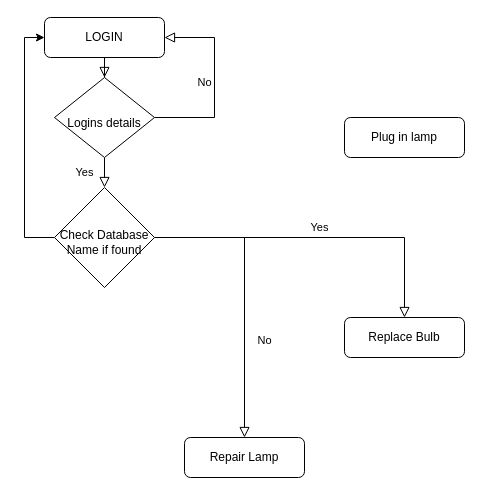
Before: Untitled Diagram.drawio in jonie20/index, a draw.io diagram. Source tidied: cells renumbered, new cells numbered last; positions are measured from the earlier drawing's top-left corner, leaving out a move shared by most shapes. Both pictures are drawn from the tidied source at 100%, with x=0, y=0 at pixel (24, 17).
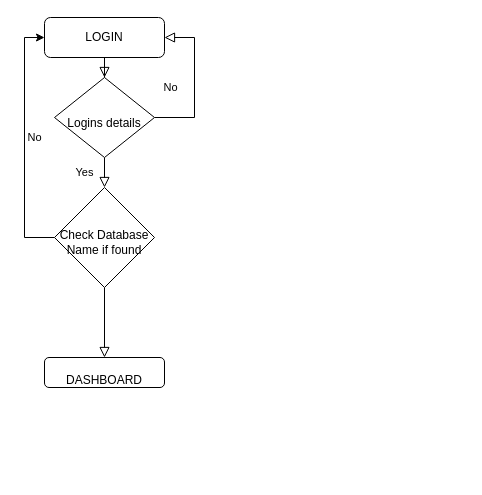
The same diagram, later.

The edit, as a diff of the source:
```diff
@@
 <mxGraphModel>
   <root>
     <mxCell id="0" />
     <mxCell id="1" parent="0" />
     <mxCell id="2" style="rounded=0;html=1;jettySize=auto;fontSize=11;endArrow=block;endFill=0;endSize=8;strokeWidth=1;shadow=0;labelBackgroundColor=none;edgeStyle=orthogonalEdgeStyle;" parent="1" edge="1" source="3" target="6">
       <mxGeometry relative="1" as="geometry" />
     </mxCell>
     <mxCell id="3" value="LOGIN" style="rounded=1;whiteSpace=wrap;html=1;fontSize=12;glass=0;strokeWidth=1;shadow=0;" parent="1" vertex="1">
       <mxGeometry x="20" width="120" height="40" as="geometry" />
     </mxCell>
     <mxCell id="4" value="Yes" style="rounded=0;html=1;jettySize=auto;fontSize=11;endArrow=block;endFill=0;endSize=8;strokeWidth=1;shadow=0;labelBackgroundColor=none;edgeStyle=orthogonalEdgeStyle;" parent="1" edge="1" source="6" target="11">
       <mxGeometry y="20" relative="1" as="geometry" />
     </mxCell>
     <mxCell id="5" value="No" style="edgeStyle=orthogonalEdgeStyle;rounded=0;html=1;jettySize=auto;fontSize=11;endArrow=block;endFill=0;endSize=8;strokeWidth=1;shadow=0;labelBackgroundColor=none;entryX=1;entryY=0.5;entryDx=0;entryDy=0;" parent="1" edge="1" source="6" target="3">
-      <mxGeometry y="10" relative="1" as="geometry">
+      <mxGeometry x="-0.79" y="30" relative="1" as="geometry">
         <Array as="points">
-          <mxPoint x="190" y="100" />
-          <mxPoint x="190" y="20" />
+          <mxPoint x="170" y="100" />
+          <mxPoint x="170" y="20" />
         </Array>
       </mxGeometry>
     </mxCell>
     <mxCell id="6" value="&lt;br&gt;Logins details" style="rhombus;whiteSpace=wrap;html=1;shadow=0;fontFamily=Helvetica;fontSize=12;align=center;strokeWidth=1;spacing=6;spacingTop=-4;" parent="1" vertex="1">
       <mxGeometry x="30" y="60" width="100" height="80" as="geometry" />
     </mxCell>
-    <mxCell id="7" value="Plug in lamp" style="rounded=1;whiteSpace=wrap;html=1;fontSize=12;glass=0;strokeWidth=1;shadow=0;" parent="1" vertex="1">
-      <mxGeometry x="320" y="100" width="120" height="40" as="geometry" />
-    </mxCell>
-    <mxCell id="8" value="No" style="rounded=0;html=1;jettySize=auto;fontSize=11;endArrow=block;endFill=0;endSize=8;strokeWidth=1;shadow=0;labelBackgroundColor=none;edgeStyle=orthogonalEdgeStyle;" parent="1" edge="1" source="11" target="12">
-      <mxGeometry x="0.33" y="20" relative="1" as="geometry" />
+    <mxCell id="8" value="No" style="rounded=0;html=1;jettySize=auto;fontSize=11;endArrow=block;endFill=0;endSize=8;strokeWidth=1;shadow=0;labelBackgroundColor=none;edgeStyle=orthogonalEdgeStyle;entryX=0.5;entryY=0;entryDx=0;entryDy=0;" parent="1" edge="1" source="11" target="12">
+      <mxGeometry x="-1" y="-166" relative="1" as="geometry">
+        <Array as="points">
+          <mxPoint x="80" y="340" />
+          <mxPoint x="80" y="340" />
+        </Array>
+        <mxPoint x="96" y="-150" as="offset" />
+      </mxGeometry>
     </mxCell>
-    <mxCell id="9" value="Yes" style="edgeStyle=orthogonalEdgeStyle;rounded=0;html=1;jettySize=auto;fontSize=11;endArrow=block;endFill=0;endSize=8;strokeWidth=1;shadow=0;labelBackgroundColor=none;" parent="1" edge="1" source="11" target="13">
-      <mxGeometry y="10" relative="1" as="geometry" />
-    </mxCell>
     <mxCell id="10" style="edgeStyle=orthogonalEdgeStyle;rounded=0;jettySize=auto;html=1;entryX=0;entryY=0.5;entryDx=0;entryDy=0;" parent="1" edge="1" source="11" target="3">
       <mxGeometry relative="1" as="geometry">
         <Array as="points">
           <mxPoint y="220" />
           <mxPoint y="20" />
         </Array>
       </mxGeometry>
     </mxCell>
     <mxCell id="11" value="&lt;br&gt;Check Database Name if found" style="rhombus;whiteSpace=wrap;html=1;shadow=0;fontFamily=Helvetica;fontSize=12;align=center;strokeWidth=1;spacing=6;spacingTop=-4;" parent="1" vertex="1">
       <mxGeometry x="30" y="170" width="100" height="100" as="geometry" />
     </mxCell>
-    <mxCell id="12" value="Repair Lamp" style="rounded=1;whiteSpace=wrap;html=1;fontSize=12;glass=0;strokeWidth=1;shadow=0;" parent="1" vertex="1">
-      <mxGeometry x="160" y="420" width="120" height="40" as="geometry" />
+    <mxCell id="12" value="&lt;br&gt;DASHBOARD" style="rounded=1;whiteSpace=wrap;html=1;fontSize=12;glass=0;strokeWidth=1;shadow=0;" parent="1" vertex="1">
+      <mxGeometry x="20" y="340" width="120" height="30" as="geometry" />
     </mxCell>
-    <mxCell id="13" value="Replace Bulb" style="rounded=1;whiteSpace=wrap;html=1;fontSize=12;glass=0;strokeWidth=1;shadow=0;" parent="1" vertex="1">
-      <mxGeometry x="320" y="300" width="120" height="40" as="geometry" />
-    </mxCell>
   </root>
 </mxGraphModel>
```
